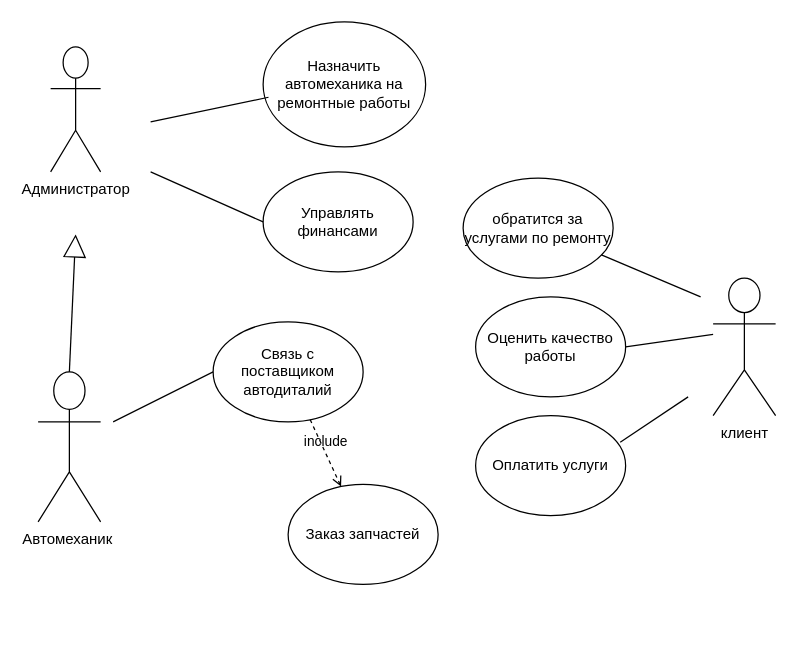
Kerckk/auto_repair keeps this draw.io diagram as Диаграмма без названия.drawio. Above is the earlier version. Source tidied: cells renumbered, new cells numbered last; positions are measured from the earlier drawing's top-left corner, leaving out a move shared by most shapes. Both pictures are drawn from the tidied source at 125%, with x=0, y=0 at pixel (38, 21).
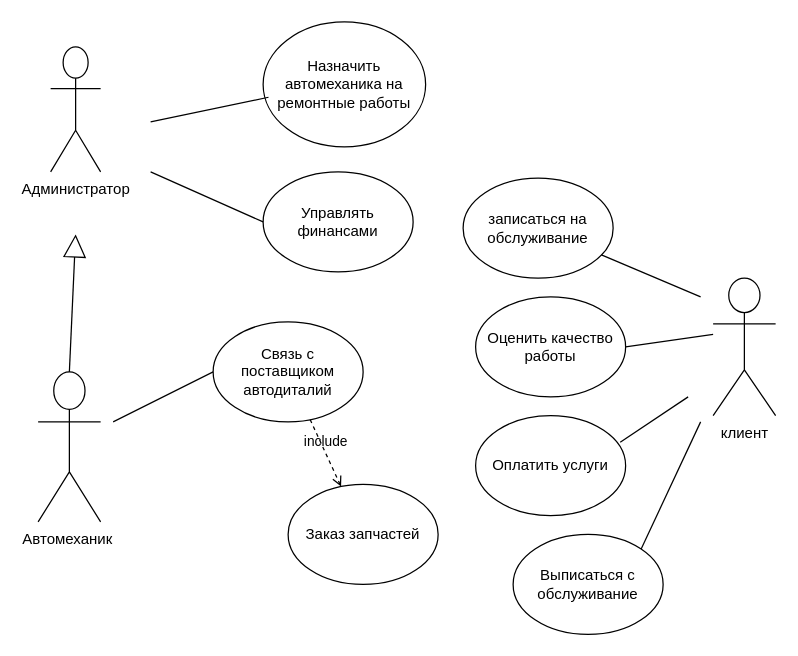
The same page after the edit.

What changed in the source:
```diff
@@
-    <mxCell id="14" value="обратится за услугами по ремонту" style="ellipse;whiteSpace=wrap;html=1;" parent="1" vertex="1">
+    <mxCell id="14" value="записаться на обслуживание" style="ellipse;whiteSpace=wrap;html=1;" parent="1" vertex="1">
       <mxGeometry x="340" y="125" width="120" height="80" as="geometry" />
     </mxCell>
@@
+    <mxCell id="20" value="Выписаться с обслуживание" style="ellipse;whiteSpace=wrap;html=1;" parent="1" vertex="1">
+      <mxGeometry x="380" y="410" width="120" height="80" as="geometry" />
+    </mxCell>
+    <mxCell id="21" style="endArrow=none;html=1;rounded=0;exitX=1;exitY=0;exitDx=0;exitDy=0;" parent="1" edge="1" source="20">
+      <mxGeometry relative="1" as="geometry">
+        <mxPoint x="530" y="320" as="targetPoint" />
+      </mxGeometry>
+    </mxCell>
```
